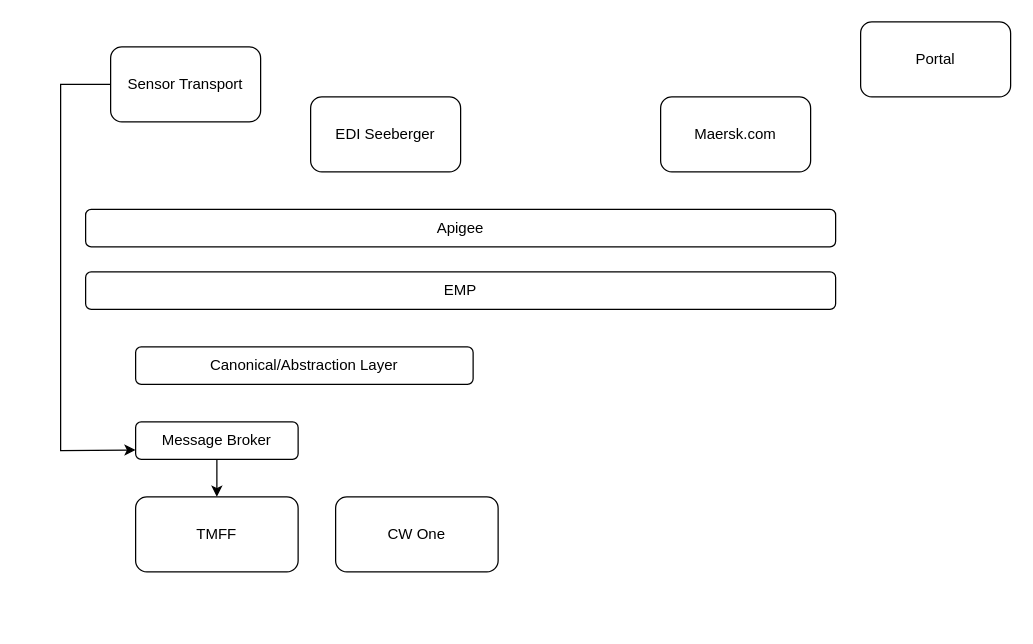
This is page "Sensor Transport New Flow" (2 of 2) of docs/Untitled Diagram.drawio from CathalGGallagher/root2, a draw.io file, before an edit. Source tidied: cells renumbered, new cells numbered last; positions are measured from the earlier drawing's top-left corner, leaving out a move shared by most shapes. Both pictures are drawn from the tidied source at 125%, with x=0, y=0 at pixel (60, 21).
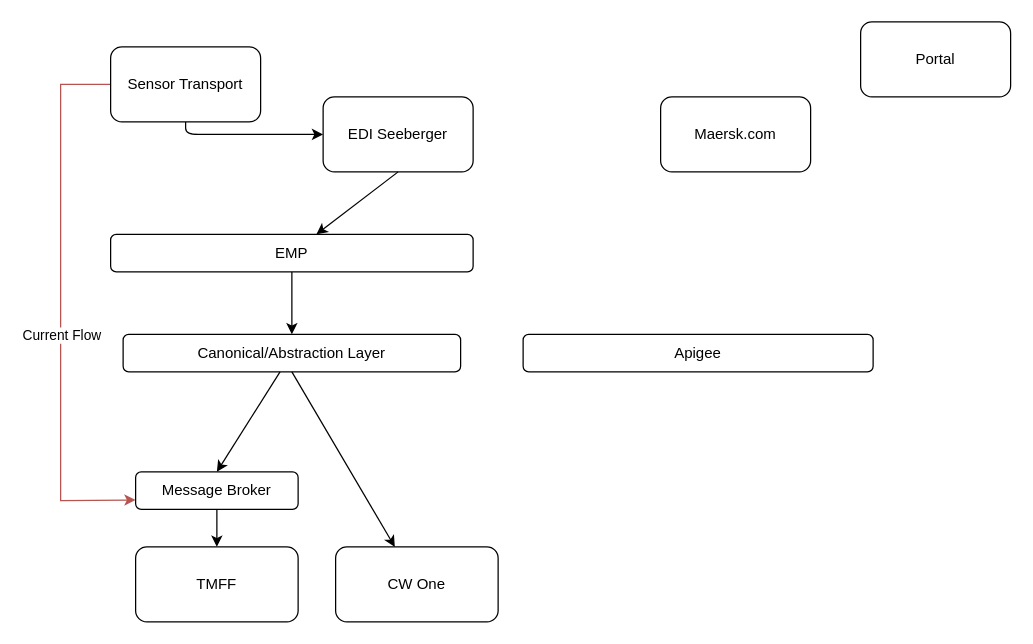
The same diagram, later.

The change refers to these unchanged cells:
```xml
<mxCell id="3" value="Sensor Transport" style="rounded=1;whiteSpace=wrap;html=1;" parent="1" vertex="1">
  <mxGeometry x="40" y="20" width="120" height="60" as="geometry" />
</mxCell>
```

Change to the diagram source:
```diff
@@
-    <mxCell id="2" style="rounded=0;jettySize=auto;html=1;exitX=0;exitY=0.5;exitDx=0;exitDy=0;entryX=0;entryY=0.75;entryDx=0;entryDy=0;" parent="1" edge="1" source="3" target="10">
+    <mxCell id="2" style="rounded=0;jettySize=auto;html=1;exitX=0;exitY=0.5;exitDx=0;exitDy=0;entryX=0;entryY=0.75;entryDx=0;entryDy=0;fillColor=#f8cecc;strokeColor=#b85450;" parent="1" edge="1" source="3" target="10">
       <mxGeometry relative="1" as="geometry">
         <Array as="points">
           <mxPoint y="50" />
-          <mxPoint y="343" />
+          <mxPoint y="383" />
         </Array>
       </mxGeometry>
     </mxCell>
+    <mxCell id="14" value="Current Flow" style="edgeLabel;html=1;align=center;verticalAlign=middle;" parent="2" vertex="1">
+      <mxGeometry x="0.11" relative="1" as="geometry" />
+    </mxCell>
@@
     <mxCell id="4" value="EDI Seeberger" style="rounded=1;whiteSpace=wrap;html=1;" parent="1" vertex="1">
-      <mxGeometry x="200" y="60" width="120" height="60" as="geometry" />
+      <mxGeometry x="210" y="60" width="120" height="60" as="geometry" />
     </mxCell>
     <mxCell id="5" value="Apigee" style="rounded=1;whiteSpace=wrap;html=1;" parent="1" vertex="1">
-      <mxGeometry x="20" y="150" width="600" height="30" as="geometry" />
+      <mxGeometry x="370" y="250" width="280" height="30" as="geometry" />
     </mxCell>
     <mxCell id="6" value="EMP" style="rounded=1;whiteSpace=wrap;html=1;" parent="1" vertex="1">
-      <mxGeometry x="20" y="200" width="600" height="30" as="geometry" />
+      <mxGeometry x="40" y="170" width="290" height="30" as="geometry" />
     </mxCell>
     <mxCell id="7" value="Canonical/Abstraction Layer" style="rounded=1;whiteSpace=wrap;html=1;" parent="1" vertex="1">
-      <mxGeometry x="60" y="260" width="270" height="30" as="geometry" />
+      <mxGeometry x="50" y="250" width="270" height="30" as="geometry" />
     </mxCell>
     <mxCell id="8" value="CW One" style="rounded=1;whiteSpace=wrap;html=1;" parent="1" vertex="1">
-      <mxGeometry x="220" y="380" width="130" height="60" as="geometry" />
+      <mxGeometry x="220" y="420" width="130" height="60" as="geometry" />
     </mxCell>
@@
     <mxCell id="10" value="Message Broker" style="rounded=1;whiteSpace=wrap;html=1;" parent="1" vertex="1">
-      <mxGeometry x="60" y="320" width="130" height="30" as="geometry" />
+      <mxGeometry x="60" y="360" width="130" height="30" as="geometry" />
     </mxCell>
@@
     <mxCell id="13" value="TMFF" style="rounded=1;whiteSpace=wrap;html=1;" parent="1" vertex="1">
-      <mxGeometry x="60" y="380" width="130" height="60" as="geometry" />
+      <mxGeometry x="60" y="420" width="130" height="60" as="geometry" />
     </mxCell>
+    <mxCell id="15" style="endArrow=classic;html=1;exitX=0.5;exitY=1;exitDx=0;exitDy=0;" parent="1" edge="1" source="4" target="6">
+      <mxGeometry relative="1" as="geometry" />
+    </mxCell>
+    <mxCell id="16" style="endArrow=classic;html=1;entryX=0;entryY=0.5;entryDx=0;entryDy=0;" parent="1" edge="1" source="3" target="4">
+      <mxGeometry relative="1" as="geometry">
+        <Array as="points">
+          <mxPoint x="100" y="90" />
+        </Array>
+      </mxGeometry>
+    </mxCell>
+    <mxCell id="17" style="endArrow=classic;html=1;" parent="1" edge="1" source="6" target="7">
+      <mxGeometry relative="1" as="geometry" />
+    </mxCell>
+    <mxCell id="18" style="endArrow=classic;html=1;entryX=0.5;entryY=0;entryDx=0;entryDy=0;" parent="1" edge="1" source="7" target="10">
+      <mxGeometry relative="1" as="geometry" />
+    </mxCell>
+    <mxCell id="19" style="endArrow=classic;html=1;exitX=0.5;exitY=1;exitDx=0;exitDy=0;" parent="1" edge="1" source="7" target="8">
+      <mxGeometry relative="1" as="geometry" />
+    </mxCell>
```
